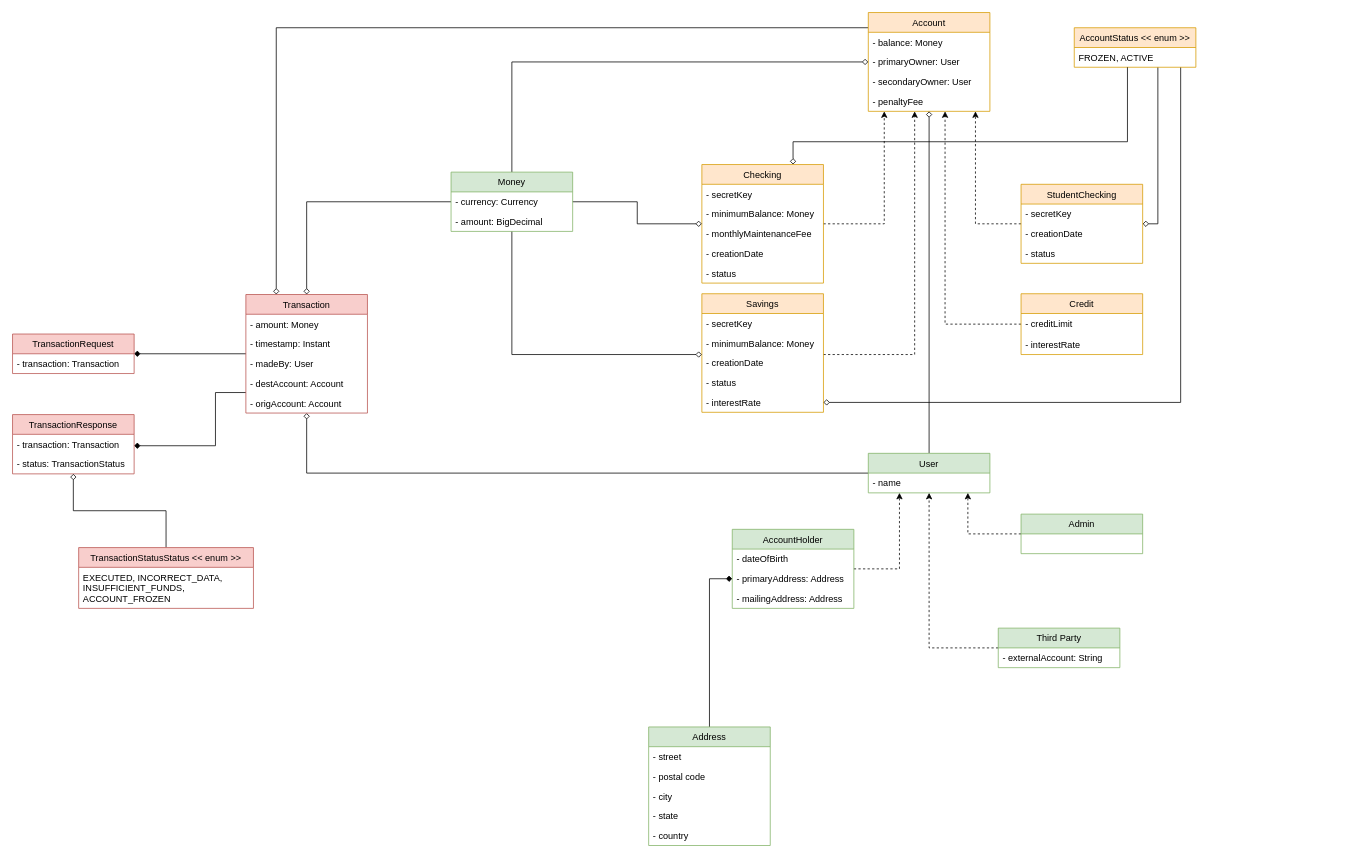
The draw.io diagram docs/ironbank-classes.drawio in J3-PT-Java-Bootcamp/alejandroarraiza-ironbank, before the edit. Source tidied: cells renumbered, new cells numbered last; positions are measured from the earlier drawing's top-left corner, leaving out a move shared by most shapes. Both pictures are drawn from the tidied source at 76%, with x=0, y=0 at pixel (12, 12).
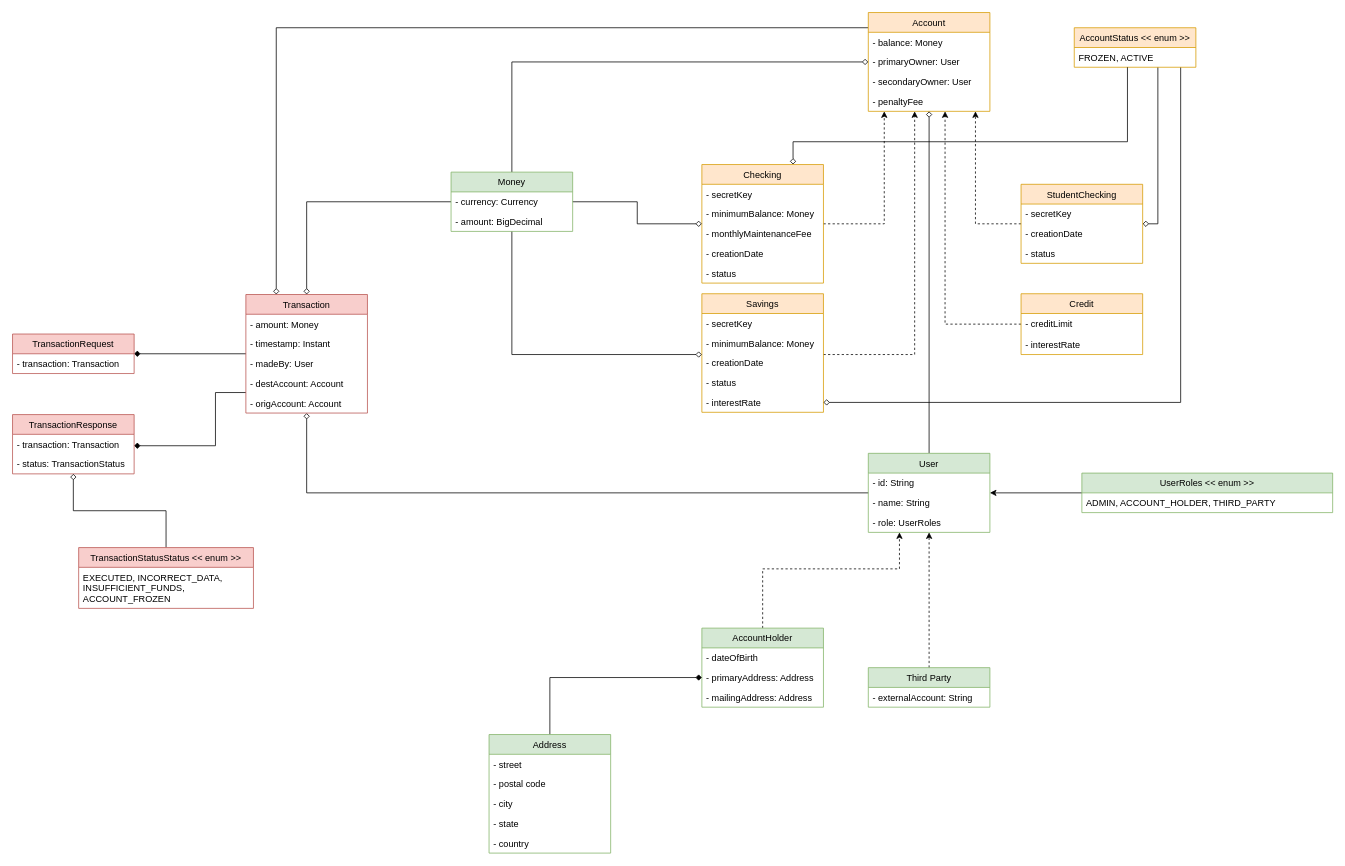
The same page after the edit.

Commit message (it also covers changes not shown here):
updated class diagram

Diff of the diagram source:
```diff
@@
     <mxCell id="33" value="User" style="swimlane;fontStyle=0;horizontal=1;startSize=26;fillColor=#d5e8d4;strokeColor=#82b366;" parent="1" vertex="1">
-      <mxGeometry x="1126" y="580" width="160" height="52" as="geometry" />
+      <mxGeometry x="1126" y="580" width="160" height="104" as="geometry" />
     </mxCell>
-    <mxCell id="34" value="- name" style="text;strokeColor=none;fillColor=none;align=left;verticalAlign=top;spacingLeft=4;spacingRight=4;overflow=hidden;" parent="33" vertex="1">
+    <mxCell id="34" value="- id: String" style="text;strokeColor=none;fillColor=none;align=left;verticalAlign=top;spacingLeft=4;spacingRight=4;overflow=hidden;" parent="33" vertex="1">
       <mxGeometry y="26" width="160" height="26" as="geometry" />
     </mxCell>
+    <mxCell id="80" value="- name: String" style="text;strokeColor=none;fillColor=none;align=left;verticalAlign=top;spacingLeft=4;spacingRight=4;overflow=hidden;" parent="33" vertex="1">
+      <mxGeometry y="52" width="160" height="26" as="geometry" />
+    </mxCell>
+    <mxCell id="81" value="- role: UserRoles" style="text;strokeColor=none;fillColor=none;align=left;verticalAlign=top;spacingLeft=4;spacingRight=4;overflow=hidden;" parent="33" vertex="1">
+      <mxGeometry y="78" width="160" height="26" as="geometry" />
+    </mxCell>
@@
     <mxCell id="36" value="AccountHolder" style="swimlane;fontStyle=0;horizontal=1;startSize=26;fillColor=#d5e8d4;strokeColor=#82b366;" parent="1" vertex="1">
-      <mxGeometry x="947" y="680" width="160" height="104" as="geometry" />
+      <mxGeometry x="907" y="810" width="160" height="104" as="geometry" />
     </mxCell>
@@
     <mxCell id="41" value="Address" style="swimlane;fontStyle=0;horizontal=1;startSize=26;fillColor=#d5e8d4;strokeColor=#82b366;" parent="1" vertex="1">
-      <mxGeometry x="837" y="940" width="160" height="156" as="geometry" />
+      <mxGeometry x="627" y="950" width="160" height="156" as="geometry" />
     </mxCell>
@@
-    <mxCell id="47" style="edgeStyle=orthogonalEdgeStyle;rounded=0;jettySize=auto;html=1;dashed=1;endArrow=classic;endFill=1;" parent="1" edge="1" source="48" target="33">
-      <mxGeometry relative="1" as="geometry">
-        <Array as="points">
-          <mxPoint x="1257" y="686" />
-        </Array>
-      </mxGeometry>
-    </mxCell>
-    <mxCell id="48" value="Admin" style="swimlane;fontStyle=0;horizontal=1;startSize=26;fillColor=#d5e8d4;strokeColor=#82b366;" parent="1" vertex="1">
-      <mxGeometry x="1327" y="660" width="160" height="52" as="geometry" />
-    </mxCell>
@@
     <mxCell id="50" value="Third Party" style="swimlane;fontStyle=0;horizontal=1;startSize=26;fillColor=#d5e8d4;strokeColor=#82b366;" parent="1" vertex="1">
-      <mxGeometry x="1297" y="810" width="160" height="52" as="geometry" />
+      <mxGeometry x="1126" y="862" width="160" height="52" as="geometry" />
     </mxCell>
@@
+    <mxCell id="82" style="edgeStyle=orthogonalEdgeStyle;rounded=0;jettySize=auto;html=1;" parent="1" edge="1" source="83" target="33">
+      <mxGeometry relative="1" as="geometry" />
+    </mxCell>
+    <mxCell id="83" value="UserRoles &lt;&lt; enum &gt;&gt;" style="swimlane;fontStyle=0;horizontal=1;startSize=26;fillColor=#d5e8d4;strokeColor=#82b366;" parent="1" vertex="1">
+      <mxGeometry x="1407" y="606" width="330" height="52" as="geometry" />
+    </mxCell>
+    <mxCell id="84" value="ADMIN, ACCOUNT_HOLDER, THIRD_PARTY" style="text;strokeColor=none;fillColor=none;align=left;verticalAlign=top;spacingLeft=4;spacingRight=4;overflow=hidden;" parent="83" vertex="1">
+      <mxGeometry y="26" width="330" height="26" as="geometry" />
+    </mxCell>
```
